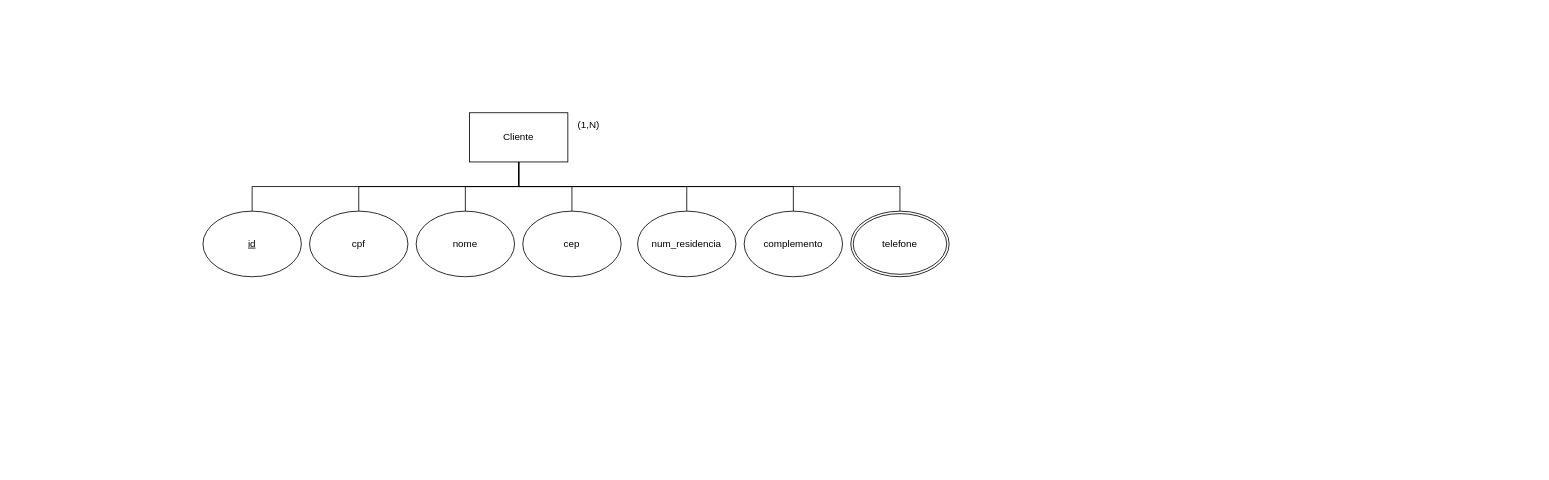
Earlier version of the draw.io diagram aula004/exercicios/ex05_pedidos/der.drawio (isaacgoncod/BCD). Source tidied: cells renumbered, new cells numbered last; positions are measured from the earlier drawing's top-left corner, leaving out a move shared by most shapes. Both pictures are drawn from the tidied source at 82%, with x=0, y=0 at pixel (203, 112).
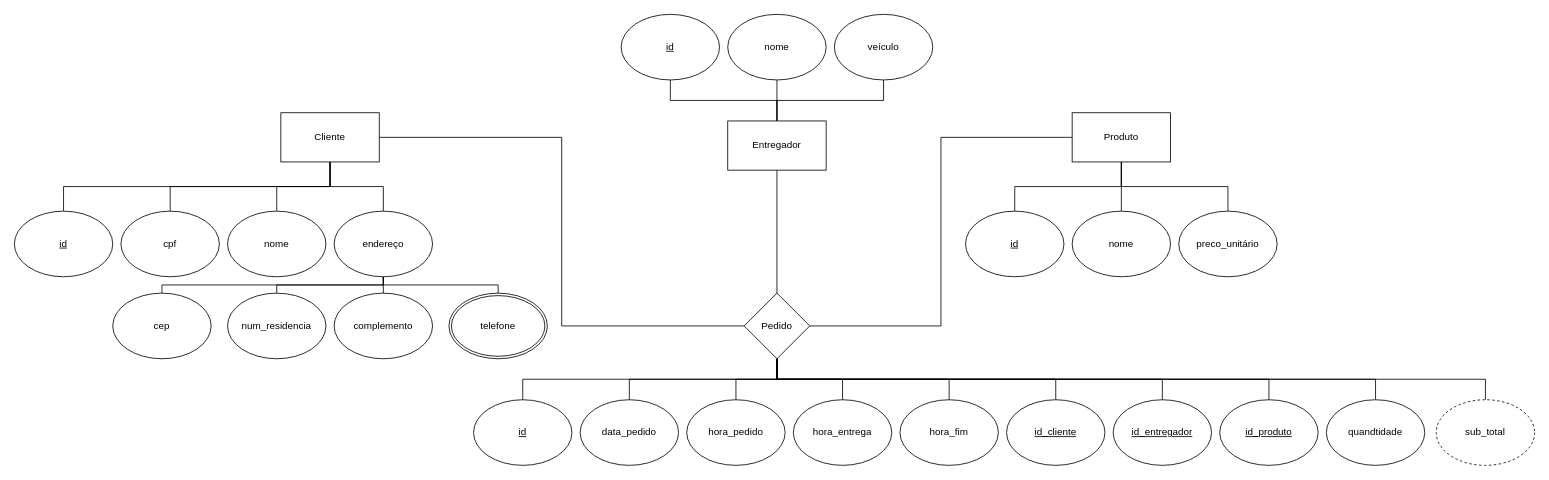
After the change.

The edit, as a diff of the source:
```diff
@@
-    <mxCell id="5" style="edgeStyle=elbowEdgeStyle;rounded=0;jettySize=auto;elbow=vertical;html=1;endArrow=none;endFill=0;" parent="1" edge="1" source="9" target="13">
-      <mxGeometry relative="1" as="geometry" />
-    </mxCell>
-    <mxCell id="6" style="edgeStyle=orthogonalEdgeStyle;rounded=0;jettySize=auto;html=1;endArrow=none;endFill=0;" parent="1" edge="1" source="9" target="15">
-      <mxGeometry relative="1" as="geometry" />
-    </mxCell>
-    <mxCell id="7" style="edgeStyle=elbowEdgeStyle;rounded=0;jettySize=auto;elbow=vertical;html=1;endArrow=none;endFill=0;" parent="1" edge="1" source="9" target="16">
-      <mxGeometry relative="1" as="geometry" />
-    </mxCell>
-    <mxCell id="8" style="edgeStyle=elbowEdgeStyle;rounded=0;jettySize=auto;elbow=vertical;html=1;endArrow=none;endFill=0;" parent="1" edge="1" source="9" target="17">
-      <mxGeometry relative="1" as="geometry" />
-    </mxCell>
+    <mxCell id="18" style="edgeStyle=elbowEdgeStyle;rounded=0;jettySize=auto;elbow=vertical;html=1;endArrow=none;endFill=0;" parent="1" edge="1" source="9" target="44">
+      <mxGeometry relative="1" as="geometry" />
+    </mxCell>
+    <mxCell id="19" style="edgeStyle=orthogonalEdgeStyle;rounded=0;jettySize=auto;html=1;entryX=0;entryY=0.5;entryDx=0;entryDy=0;endArrow=none;endFill=0;elbow=vertical;" parent="1" edge="1" source="9" target="39">
+      <mxGeometry relative="1" as="geometry" />
+    </mxCell>
     <mxCell id="9" value="Cliente" style="rounded=0;whiteSpace=wrap;html=1;" parent="1" vertex="1">
-      <mxGeometry x="325" width="120" height="60" as="geometry" />
+      <mxGeometry x="95" width="120" height="60" as="geometry" />
     </mxCell>
     <mxCell id="10" value="nome" style="ellipse;whiteSpace=wrap;html=1;" parent="1" vertex="1">
-      <mxGeometry x="260" y="120" width="120" height="80" as="geometry" />
+      <mxGeometry x="30" y="120" width="120" height="80" as="geometry" />
     </mxCell>
     <mxCell id="11" value="cpf" style="ellipse;whiteSpace=wrap;html=1;" parent="1" vertex="1">
-      <mxGeometry x="130" y="120" width="120" height="80" as="geometry" />
+      <mxGeometry x="-100" y="120" width="120" height="80" as="geometry" />
     </mxCell>
     <mxCell id="12" value="&lt;u&gt;id&lt;/u&gt;" style="ellipse;whiteSpace=wrap;html=1;" parent="1" vertex="1">
-      <mxGeometry y="120" width="120" height="80" as="geometry" />
+      <mxGeometry x="-230" y="120" width="120" height="80" as="geometry" />
     </mxCell>
     <mxCell id="13" value="telefone" style="ellipse;shape=doubleEllipse;margin=3;whiteSpace=wrap;html=1;align=center;" parent="1" vertex="1">
-      <mxGeometry x="790" y="120" width="120" height="80" as="geometry" />
+      <mxGeometry x="300" y="220" width="120" height="80" as="geometry" />
     </mxCell>
-    <mxCell id="14" value="(1,N)" style="text;html=1;align=center;verticalAlign=middle;strokeColor=none;fillColor=none;" parent="1" vertex="1">
-      <mxGeometry x="445" width="50" height="30" as="geometry" />
-    </mxCell>
     <mxCell id="15" value="cep" style="ellipse;whiteSpace=wrap;html=1;" parent="1" vertex="1">
-      <mxGeometry x="390" y="120" width="120" height="80" as="geometry" />
+      <mxGeometry x="-110" y="220" width="120" height="80" as="geometry" />
     </mxCell>
     <mxCell id="16" value="num_residencia" style="ellipse;whiteSpace=wrap;html=1;" parent="1" vertex="1">
-      <mxGeometry x="530" y="120" width="120" height="80" as="geometry" />
+      <mxGeometry x="30" y="220" width="120" height="80" as="geometry" />
     </mxCell>
     <mxCell id="17" value="complemento" style="ellipse;whiteSpace=wrap;html=1;" parent="1" vertex="1">
-      <mxGeometry x="660" y="120" width="120" height="80" as="geometry" />
+      <mxGeometry x="160" y="220" width="120" height="80" as="geometry" />
     </mxCell>
+    <mxCell id="20" style="edgeStyle=elbowEdgeStyle;rounded=0;jettySize=auto;elbow=vertical;html=1;endArrow=none;endFill=0;" parent="1" edge="1" source="24" target="27">
+      <mxGeometry relative="1" as="geometry" />
+    </mxCell>
+    <mxCell id="21" style="edgeStyle=elbowEdgeStyle;rounded=0;jettySize=auto;elbow=vertical;html=1;endArrow=none;endFill=0;" parent="1" edge="1" source="24" target="25">
+      <mxGeometry relative="1" as="geometry" />
+    </mxCell>
+    <mxCell id="22" style="edgeStyle=elbowEdgeStyle;rounded=0;jettySize=auto;elbow=vertical;html=1;endArrow=none;endFill=0;" parent="1" edge="1" source="24" target="26">
+      <mxGeometry relative="1" as="geometry" />
+    </mxCell>
+    <mxCell id="23" style="edgeStyle=orthogonalEdgeStyle;rounded=0;jettySize=auto;html=1;entryX=1;entryY=0.5;entryDx=0;entryDy=0;endArrow=none;endFill=0;elbow=vertical;" parent="1" edge="1" source="24" target="39">
+      <mxGeometry relative="1" as="geometry" />
+    </mxCell>
+    <mxCell id="24" value="Produto" style="rounded=0;whiteSpace=wrap;html=1;" parent="1" vertex="1">
+      <mxGeometry x="1060" width="120" height="60" as="geometry" />
+    </mxCell>
+    <mxCell id="25" value="preco_unitário" style="ellipse;whiteSpace=wrap;html=1;" parent="1" vertex="1">
+      <mxGeometry x="1190" y="120" width="120" height="80" as="geometry" />
+    </mxCell>
+    <mxCell id="26" value="nome" style="ellipse;whiteSpace=wrap;html=1;" parent="1" vertex="1">
+      <mxGeometry x="1060" y="120" width="120" height="80" as="geometry" />
+    </mxCell>
+    <mxCell id="27" value="&lt;u&gt;id&lt;/u&gt;" style="ellipse;whiteSpace=wrap;html=1;" parent="1" vertex="1">
+      <mxGeometry x="930" y="120" width="120" height="80" as="geometry" />
+    </mxCell>
+    <mxCell id="28" style="edgeStyle=orthogonalEdgeStyle;rounded=0;jettySize=auto;html=1;endArrow=none;endFill=0;elbow=vertical;entryX=0.5;entryY=1;entryDx=0;entryDy=0;" parent="1" edge="1" source="39" target="48">
+      <mxGeometry relative="1" as="geometry" />
+    </mxCell>
+    <mxCell id="29" style="edgeStyle=elbowEdgeStyle;rounded=0;jettySize=auto;elbow=vertical;html=1;endArrow=none;endFill=0;" parent="1" edge="1" source="39" target="54">
+      <mxGeometry relative="1" as="geometry" />
+    </mxCell>
+    <mxCell id="30" style="edgeStyle=elbowEdgeStyle;rounded=0;jettySize=auto;elbow=vertical;html=1;endArrow=none;endFill=0;" parent="1" edge="1" source="39" target="53">
+      <mxGeometry relative="1" as="geometry" />
+    </mxCell>
+    <mxCell id="31" style="edgeStyle=elbowEdgeStyle;rounded=0;jettySize=auto;elbow=vertical;html=1;endArrow=none;endFill=0;" parent="1" edge="1" source="39" target="52">
+      <mxGeometry relative="1" as="geometry" />
+    </mxCell>
+    <mxCell id="32" style="edgeStyle=elbowEdgeStyle;rounded=0;jettySize=auto;elbow=vertical;html=1;endArrow=none;endFill=0;" parent="1" edge="1" source="39" target="57">
+      <mxGeometry relative="1" as="geometry" />
+    </mxCell>
+    <mxCell id="33" style="edgeStyle=elbowEdgeStyle;rounded=0;jettySize=auto;elbow=vertical;html=1;endArrow=none;endFill=0;" parent="1" edge="1" source="39" target="56">
+      <mxGeometry relative="1" as="geometry" />
+    </mxCell>
+    <mxCell id="34" style="edgeStyle=elbowEdgeStyle;rounded=0;jettySize=auto;elbow=vertical;html=1;endArrow=none;endFill=0;" parent="1" edge="1" source="39" target="55">
+      <mxGeometry relative="1" as="geometry" />
+    </mxCell>
+    <mxCell id="35" style="edgeStyle=elbowEdgeStyle;rounded=0;jettySize=auto;elbow=vertical;html=1;endArrow=none;endFill=0;" parent="1" edge="1" source="39" target="60">
+      <mxGeometry relative="1" as="geometry" />
+    </mxCell>
+    <mxCell id="36" style="edgeStyle=elbowEdgeStyle;rounded=0;jettySize=auto;elbow=vertical;html=1;endArrow=none;endFill=0;" parent="1" edge="1" source="39" target="59">
+      <mxGeometry relative="1" as="geometry" />
+    </mxCell>
+    <mxCell id="37" style="edgeStyle=elbowEdgeStyle;rounded=0;jettySize=auto;elbow=vertical;html=1;endArrow=none;endFill=0;" parent="1" edge="1" source="39" target="58">
+      <mxGeometry relative="1" as="geometry" />
+    </mxCell>
+    <mxCell id="38" style="edgeStyle=elbowEdgeStyle;rounded=0;jettySize=auto;elbow=vertical;html=1;endArrow=none;endFill=0;" parent="1" edge="1" source="39" target="61">
+      <mxGeometry relative="1" as="geometry" />
+    </mxCell>
+    <mxCell id="39" value="Pedido" style="rhombus;whiteSpace=wrap;html=1;" parent="1" vertex="1">
+      <mxGeometry x="660" y="220" width="80" height="80" as="geometry" />
+    </mxCell>
+    <mxCell id="40" style="edgeStyle=elbowEdgeStyle;rounded=0;jettySize=auto;elbow=vertical;html=1;exitX=0.5;exitY=1;exitDx=0;exitDy=0;endArrow=none;endFill=0;" parent="1" edge="1" source="44" target="17">
+      <mxGeometry relative="1" as="geometry" />
+    </mxCell>
+    <mxCell id="41" style="edgeStyle=elbowEdgeStyle;rounded=0;jettySize=auto;elbow=vertical;html=1;endArrow=none;endFill=0;" parent="1" edge="1" source="44" target="13">
+      <mxGeometry relative="1" as="geometry" />
+    </mxCell>
+    <mxCell id="42" style="edgeStyle=elbowEdgeStyle;rounded=0;jettySize=auto;elbow=vertical;html=1;exitX=0.5;exitY=1;exitDx=0;exitDy=0;entryX=0.5;entryY=0;entryDx=0;entryDy=0;endArrow=none;endFill=0;" parent="1" edge="1" source="44" target="16">
+      <mxGeometry relative="1" as="geometry" />
+    </mxCell>
+    <mxCell id="43" style="edgeStyle=elbowEdgeStyle;rounded=0;jettySize=auto;elbow=vertical;html=1;exitX=0.5;exitY=1;exitDx=0;exitDy=0;endArrow=none;endFill=0;" parent="1" edge="1" source="44" target="15">
+      <mxGeometry relative="1" as="geometry" />
+    </mxCell>
+    <mxCell id="44" value="endereço" style="ellipse;whiteSpace=wrap;html=1;" parent="1" vertex="1">
+      <mxGeometry x="160" y="120" width="120" height="80" as="geometry" />
+    </mxCell>
+    <mxCell id="45" style="edgeStyle=orthogonalEdgeStyle;rounded=0;jettySize=auto;html=1;entryX=0.5;entryY=1;entryDx=0;entryDy=0;endArrow=none;endFill=0;elbow=vertical;" parent="1" edge="1" source="48" target="50">
+      <mxGeometry relative="1" as="geometry" />
+    </mxCell>
+    <mxCell id="46" style="edgeStyle=elbowEdgeStyle;rounded=0;jettySize=auto;elbow=vertical;html=1;endArrow=none;endFill=0;" parent="1" edge="1" source="48" target="51">
+      <mxGeometry relative="1" as="geometry" />
+    </mxCell>
+    <mxCell id="47" style="edgeStyle=elbowEdgeStyle;rounded=0;jettySize=auto;elbow=vertical;html=1;endArrow=none;endFill=0;" parent="1" edge="1" source="48" target="49">
+      <mxGeometry relative="1" as="geometry" />
+    </mxCell>
+    <mxCell id="48" value="Entregador" style="rounded=0;whiteSpace=wrap;html=1;" parent="1" vertex="1">
+      <mxGeometry x="640" y="10" width="120" height="60" as="geometry" />
+    </mxCell>
+    <mxCell id="49" value="veículo" style="ellipse;whiteSpace=wrap;html=1;" parent="1" vertex="1">
+      <mxGeometry x="770" y="-120" width="120" height="80" as="geometry" />
+    </mxCell>
+    <mxCell id="50" value="nome" style="ellipse;whiteSpace=wrap;html=1;" parent="1" vertex="1">
+      <mxGeometry x="640" y="-120" width="120" height="80" as="geometry" />
+    </mxCell>
+    <mxCell id="51" value="&lt;u&gt;id&lt;/u&gt;" style="ellipse;whiteSpace=wrap;html=1;" parent="1" vertex="1">
+      <mxGeometry x="510" y="-120" width="120" height="80" as="geometry" />
+    </mxCell>
+    <mxCell id="52" value="hora_pedido" style="ellipse;whiteSpace=wrap;html=1;" parent="1" vertex="1">
+      <mxGeometry x="590" y="350" width="120" height="80" as="geometry" />
+    </mxCell>
+    <mxCell id="53" value="data_pedido" style="ellipse;whiteSpace=wrap;html=1;" parent="1" vertex="1">
+      <mxGeometry x="460" y="350" width="120" height="80" as="geometry" />
+    </mxCell>
+    <mxCell id="54" value="&lt;u&gt;id&lt;/u&gt;" style="ellipse;whiteSpace=wrap;html=1;" parent="1" vertex="1">
+      <mxGeometry x="330" y="350" width="120" height="80" as="geometry" />
+    </mxCell>
+    <mxCell id="55" value="&lt;u&gt;id_cliente&lt;/u&gt;" style="ellipse;whiteSpace=wrap;html=1;" parent="1" vertex="1">
+      <mxGeometry x="980" y="350" width="120" height="80" as="geometry" />
+    </mxCell>
+    <mxCell id="56" value="hora_fim" style="ellipse;whiteSpace=wrap;html=1;" parent="1" vertex="1">
+      <mxGeometry x="850" y="350" width="120" height="80" as="geometry" />
+    </mxCell>
+    <mxCell id="57" value="hora_entrega" style="ellipse;whiteSpace=wrap;html=1;" parent="1" vertex="1">
+      <mxGeometry x="720" y="350" width="120" height="80" as="geometry" />
+    </mxCell>
+    <mxCell id="58" value="quandtidade" style="ellipse;whiteSpace=wrap;html=1;" parent="1" vertex="1">
+      <mxGeometry x="1370" y="350" width="120" height="80" as="geometry" />
+    </mxCell>
+    <mxCell id="59" value="&lt;u&gt;id_produto&lt;/u&gt;" style="ellipse;whiteSpace=wrap;html=1;" parent="1" vertex="1">
+      <mxGeometry x="1240" y="350" width="120" height="80" as="geometry" />
+    </mxCell>
+    <mxCell id="60" value="&lt;u&gt;id_entregador&lt;/u&gt;" style="ellipse;whiteSpace=wrap;html=1;" parent="1" vertex="1">
+      <mxGeometry x="1110" y="350" width="120" height="80" as="geometry" />
+    </mxCell>
+    <mxCell id="61" value="sub_total" style="ellipse;whiteSpace=wrap;html=1;dashed=1;" parent="1" vertex="1">
+      <mxGeometry x="1504" y="350" width="120" height="80" as="geometry" />
+    </mxCell>
```
